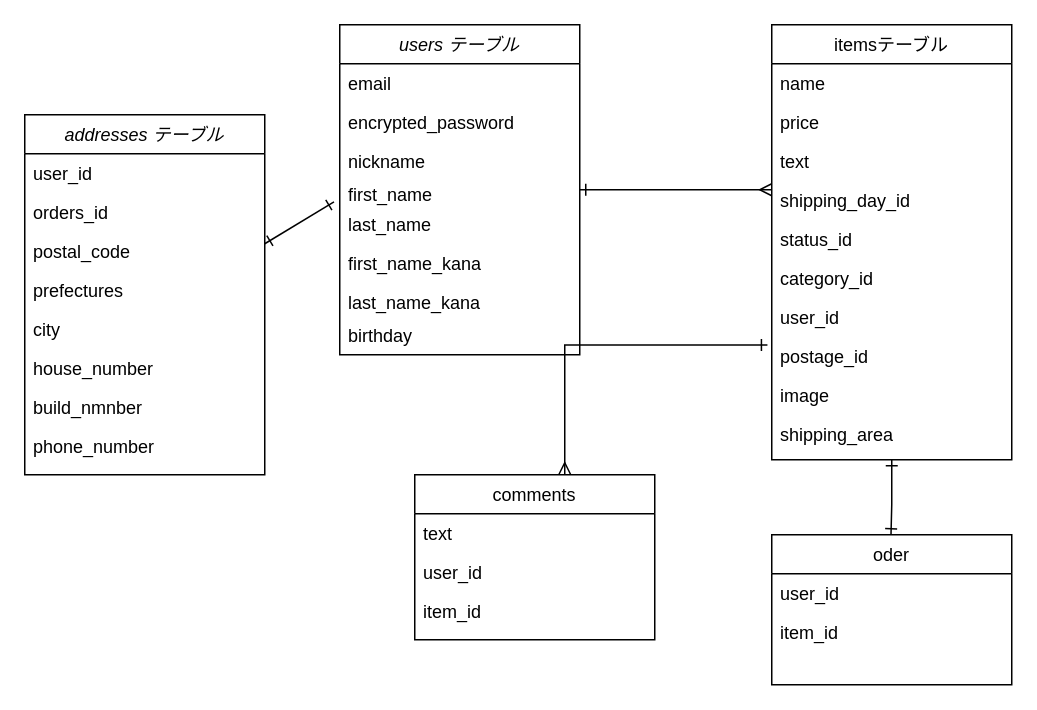
Earlier version of the draw.io diagram test.dio (nmnchu/furima-34296). Source tidied: cells renumbered, new cells numbered last; positions are measured from the earlier drawing's top-left corner, leaving out a move shared by most shapes. Both pictures are drawn from the tidied source at 150%, with x=0, y=0 at pixel (24, 24).
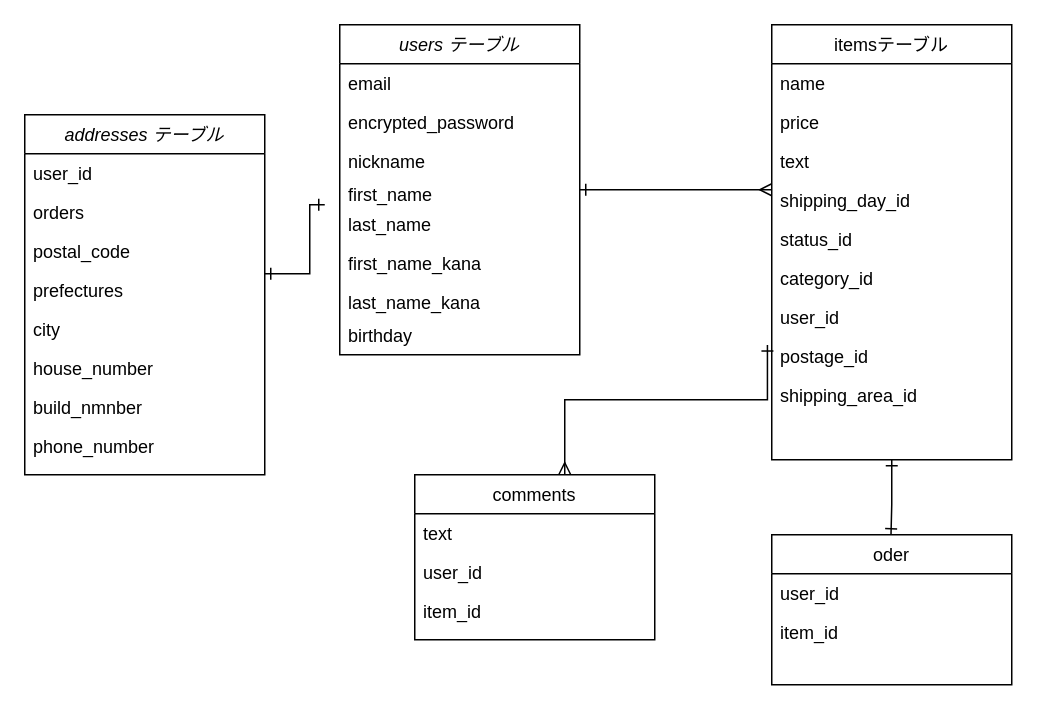
The same page after the edit.

Commit message (it also covers changes not shown here):
データーベース設計修正2

The change refers to these unchanged cells:
```xml
<mxCell id="10" value="itemsテーブル" style="swimlane;fontStyle=0;align=center;verticalAlign=top;horizontal=1;startSize=26;rounded=0;shadow=0;strokeWidth=1;" parent="1" vertex="1">
  <mxGeometry x="498" width="160" height="290" as="geometry" />
</mxCell>
<mxCell id="18" value="postage_id" style="text;align=left;verticalAlign=top;spacingLeft=4;spacingRight=4;overflow=hidden;points=[[0,0.5],[1,0.5]];portConstraint=eastwest;rounded=0;shadow=0;html=0;" parent="10" vertex="1">
  <mxGeometry y="208" width="160" height="26" as="geometry" />
</mxCell>
<mxCell id="22" value="addresses テーブル" style="swimlane;fontStyle=2;align=center;verticalAlign=top;horizontal=1;startSize=26;rounded=0;shadow=0;strokeWidth=1;" parent="1" vertex="1">
  <mxGeometry y="60" width="160" height="240" as="geometry" />
</mxCell>
<mxCell id="26" value="prefectures" style="text;align=left;verticalAlign=top;spacingLeft=4;spacingRight=4;overflow=hidden;points=[[0,0.5],[1,0.5]];portConstraint=eastwest;rounded=0;shadow=0;html=0;" parent="22" vertex="1">
  <mxGeometry y="104" width="160" height="26" as="geometry" />
</mxCell>
<mxCell id="31" value="first_name" style="text;align=left;verticalAlign=top;spacingLeft=4;spacingRight=4;overflow=hidden;points=[[0,0.5],[1,0.5]];portConstraint=eastwest;rounded=0;shadow=0;html=0;" parent="1" vertex="1">
  <mxGeometry x="210" y="100" width="160" height="26" as="geometry" />
</mxCell>
```

The edit, as a diff of the source:
```diff
@@
-    <mxCell id="19" value="image" style="text;align=left;verticalAlign=top;spacingLeft=4;spacingRight=4;overflow=hidden;rounded=0;shadow=0;html=0;" parent="10" vertex="1">
-      <mxGeometry y="234" width="160" height="26" as="geometry" />
-    </mxCell>
-    <mxCell id="20" value="shipping_area" style="text;align=left;verticalAlign=top;spacingLeft=4;spacingRight=4;overflow=hidden;rounded=0;shadow=0;html=0;" parent="10" vertex="1">
-      <mxGeometry y="260" width="160" height="26" as="geometry" />
+    <mxCell id="20" value="shipping_area_id" style="text;align=left;verticalAlign=top;spacingLeft=4;spacingRight=4;overflow=hidden;rounded=0;shadow=0;html=0;" parent="10" vertex="1">
+      <mxGeometry y="234" width="160" height="26" as="geometry" />
     </mxCell>
@@
-    <mxCell id="24" value="orders_id" style="text;align=left;verticalAlign=top;spacingLeft=4;spacingRight=4;overflow=hidden;rounded=0;shadow=0;html=0;" parent="22" vertex="1">
+    <mxCell id="24" value="orders" style="text;align=left;verticalAlign=top;spacingLeft=4;spacingRight=4;overflow=hidden;rounded=0;shadow=0;html=0;" parent="22" vertex="1">
       <mxGeometry y="52" width="160" height="26" as="geometry" />
     </mxCell>
@@
-    <mxCell id="40" style="endArrow=ERmany;shadow=0;strokeWidth=1;rounded=0;endFill=0;edgeStyle=elbowEdgeStyle;elbow=horizontal;startArrow=ERone;startFill=0;exitX=-0.018;exitY=0.212;exitDx=0;exitDy=0;exitPerimeter=0;" parent="1" edge="1" source="18">
+    <mxCell id="40" style="endArrow=ERmany;shadow=0;strokeWidth=1;rounded=0;endFill=0;edgeStyle=elbowEdgeStyle;elbow=vertical;startArrow=ERone;startFill=0;exitX=-0.018;exitY=0.212;exitDx=0;exitDy=0;exitPerimeter=0;" parent="1" edge="1" source="18">
       <mxGeometry x="0.5" y="41" relative="1" as="geometry">
         <mxPoint x="360" y="300" as="targetPoint" />
         <Array as="points">
-          <mxPoint x="360" y="250" />
+          <mxPoint x="400" y="250" />
           <mxPoint x="320" y="255" />
         </Array>
         <mxPoint x="-40" y="32" as="offset" />
       </mxGeometry>
     </mxCell>
-    <mxCell id="41" style="endArrow=ERone;html=1;entryX=-0.024;entryY=0.698;entryDx=0;entryDy=0;entryPerimeter=0;endFill=0;startArrow=ERone;startFill=0;" parent="1" edge="1" target="31">
-      <mxGeometry relative="1" as="geometry">
-        <mxPoint x="160" y="146" as="sourcePoint" />
-      </mxGeometry>
-    </mxCell>
+    <mxCell id="42" style="endArrow=ERone;shadow=0;strokeWidth=1;rounded=0;endFill=0;edgeStyle=elbowEdgeStyle;elbow=horizontal;startArrow=ERone;startFill=0;entryX=1;entryY=0.077;entryDx=0;entryDy=0;entryPerimeter=0;" parent="1" edge="1" target="26">
+      <mxGeometry x="0.5" y="41" relative="1" as="geometry">
+        <mxPoint x="200" y="120" as="sourcePoint" />
+        <Array as="points">
+          <mxPoint x="190" y="150" />
+          <mxPoint x="140" y="131" />
+        </Array>
+        <mxPoint x="-40" y="32" as="offset" />
+      </mxGeometry>
+    </mxCell>
```
